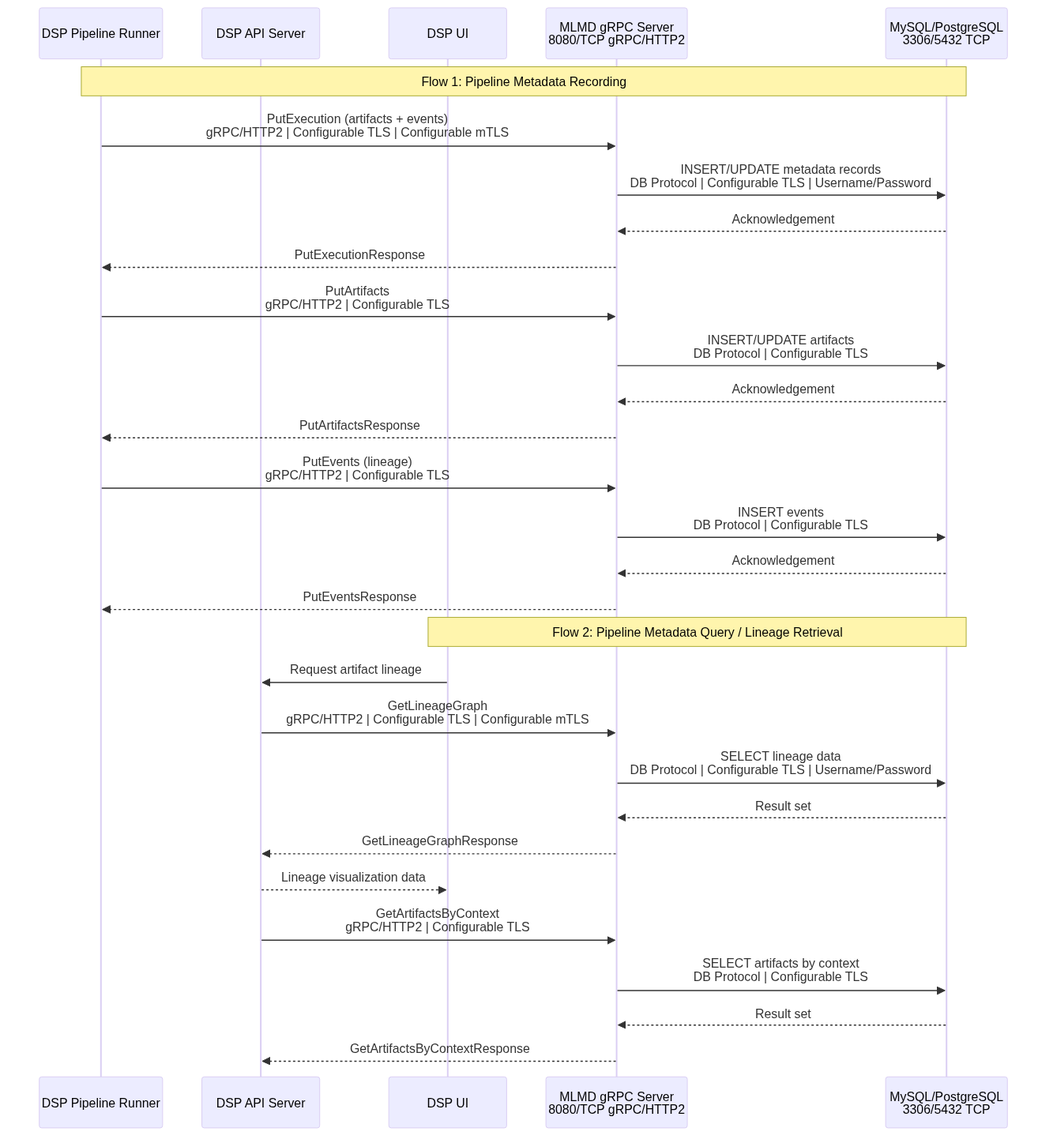
Before: architecture/rhoai-3.4-ea.2/diagrams/ml-metadata-dataflow.png, a diagram exported from Mermaid (rhuss/architecture-context). Its source is kept beside it as architecture/rhoai-3.4-ea.2/diagrams/ml-metadata-dataflow.mmd. Source of this version:
```mermaid

sequenceDiagram
    participant Runner as DSP Pipeline Runner
    participant APIServer as DSP API Server
    participant UI as DSP UI
    participant MLMD as MLMD gRPC Server<br/>8080/TCP gRPC/HTTP2
    participant DB as MySQL/PostgreSQL<br/>3306/5432 TCP

    Note over Runner, DB: Flow 1: Pipeline Metadata Recording

    Runner->>MLMD: PutExecution (artifacts + events)<br/>gRPC/HTTP2 | Configurable TLS | Configurable mTLS
    MLMD->>DB: INSERT/UPDATE metadata records<br/>DB Protocol | Configurable TLS | Username/Password
    DB-->>MLMD: Acknowledgement
    MLMD-->>Runner: PutExecutionResponse

    Runner->>MLMD: PutArtifacts<br/>gRPC/HTTP2 | Configurable TLS
    MLMD->>DB: INSERT/UPDATE artifacts<br/>DB Protocol | Configurable TLS
    DB-->>MLMD: Acknowledgement
    MLMD-->>Runner: PutArtifactsResponse

    Runner->>MLMD: PutEvents (lineage)<br/>gRPC/HTTP2 | Configurable TLS
    MLMD->>DB: INSERT events<br/>DB Protocol | Configurable TLS
    DB-->>MLMD: Acknowledgement
    MLMD-->>Runner: PutEventsResponse

    Note over UI, DB: Flow 2: Pipeline Metadata Query / Lineage Retrieval

    UI->>APIServer: Request artifact lineage
    APIServer->>MLMD: GetLineageGraph<br/>gRPC/HTTP2 | Configurable TLS | Configurable mTLS
    MLMD->>DB: SELECT lineage data<br/>DB Protocol | Configurable TLS | Username/Password
    DB-->>MLMD: Result set
    MLMD-->>APIServer: GetLineageGraphResponse
    APIServer-->>UI: Lineage visualization data

    APIServer->>MLMD: GetArtifactsByContext<br/>gRPC/HTTP2 | Configurable TLS
    MLMD->>DB: SELECT artifacts by context<br/>DB Protocol | Configurable TLS
    DB-->>MLMD: Result set
    MLMD-->>APIServer: GetArtifactsByContextResponse
```
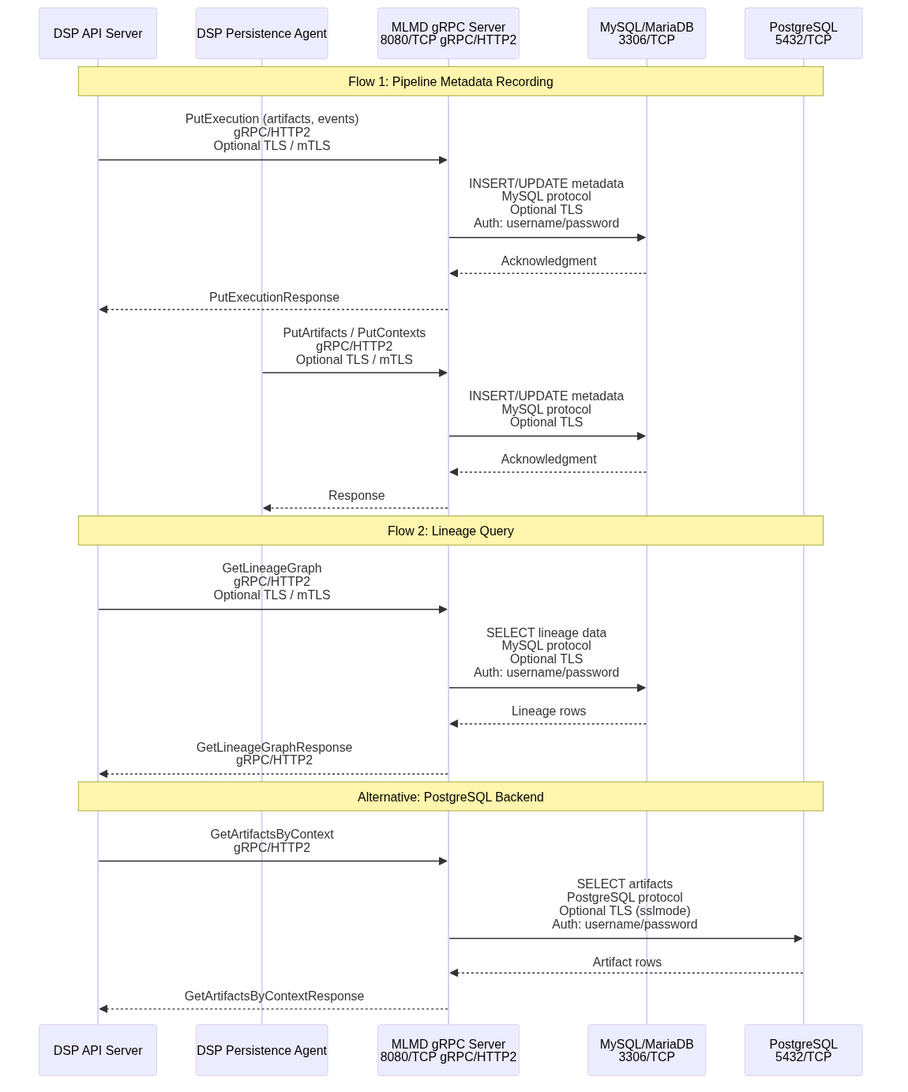
After the change.

What changed in the source:
```diff
@@ -1,38 +1,33 @@
 
 sequenceDiagram
-    participant Runner as DSP Pipeline Runner
-    participant APIServer as DSP API Server
-    participant UI as DSP UI
+    participant DSPApi as DSP API Server
+    participant DSPAgent as DSP Persistence Agent
     participant MLMD as MLMD gRPC Server<br/>8080/TCP gRPC/HTTP2
-    participant DB as MySQL/PostgreSQL<br/>3306/5432 TCP
+    participant MySQL as MySQL/MariaDB<br/>3306/TCP
+    participant PG as PostgreSQL<br/>5432/TCP
 
-    Note over Runner, DB: Flow 1: Pipeline Metadata Recording
+    Note over DSPApi, PG: Flow 1: Pipeline Metadata Recording
 
-    Runner->>MLMD: PutExecution (artifacts + events)<br/>gRPC/HTTP2 | Configurable TLS | Configurable mTLS
-    MLMD->>DB: INSERT/UPDATE metadata records<br/>DB Protocol | Configurable TLS | Username/Password
-    DB-->>MLMD: Acknowledgement
-    MLMD-->>Runner: PutExecutionResponse
+    DSPApi->>MLMD: PutExecution (artifacts, events)<br/>gRPC/HTTP2<br/>Optional TLS / mTLS
+    MLMD->>MySQL: INSERT/UPDATE metadata<br/>MySQL protocol<br/>Optional TLS<br/>Auth: username/password
+    MySQL-->>MLMD: Acknowledgment
+    MLMD-->>DSPApi: PutExecutionResponse
 
-    Runner->>MLMD: PutArtifacts<br/>gRPC/HTTP2 | Configurable TLS
-    MLMD->>DB: INSERT/UPDATE artifacts<br/>DB Protocol | Configurable TLS
-    DB-->>MLMD: Acknowledgement
-    MLMD-->>Runner: PutArtifactsResponse
+    DSPAgent->>MLMD: PutArtifacts / PutContexts<br/>gRPC/HTTP2<br/>Optional TLS / mTLS
+    MLMD->>MySQL: INSERT/UPDATE metadata<br/>MySQL protocol<br/>Optional TLS
+    MySQL-->>MLMD: Acknowledgment
+    MLMD-->>DSPAgent: Response
 
-    Runner->>MLMD: PutEvents (lineage)<br/>gRPC/HTTP2 | Configurable TLS
-    MLMD->>DB: INSERT events<br/>DB Protocol | Configurable TLS
-    DB-->>MLMD: Acknowledgement
-    MLMD-->>Runner: PutEventsResponse
+    Note over DSPApi, PG: Flow 2: Lineage Query
 
-    Note over UI, DB: Flow 2: Pipeline Metadata Query / Lineage Retrieval
+    DSPApi->>MLMD: GetLineageGraph<br/>gRPC/HTTP2<br/>Optional TLS / mTLS
+    MLMD->>MySQL: SELECT lineage data<br/>MySQL protocol<br/>Optional TLS<br/>Auth: username/password
+    MySQL-->>MLMD: Lineage rows
+    MLMD-->>DSPApi: GetLineageGraphResponse<br/>gRPC/HTTP2
 
-    UI->>APIServer: Request artifact lineage
-    APIServer->>MLMD: GetLineageGraph<br/>gRPC/HTTP2 | Configurable TLS | Configurable mTLS
-    MLMD->>DB: SELECT lineage data<br/>DB Protocol | Configurable TLS | Username/Password
-    DB-->>MLMD: Result set
-    MLMD-->>APIServer: GetLineageGraphResponse
-    APIServer-->>UI: Lineage visualization data
+    Note over DSPApi, PG: Alternative: PostgreSQL Backend
 
-    APIServer->>MLMD: GetArtifactsByContext<br/>gRPC/HTTP2 | Configurable TLS
-    MLMD->>DB: SELECT artifacts by context<br/>DB Protocol | Configurable TLS
-    DB-->>MLMD: Result set
-    MLMD-->>APIServer: GetArtifactsByContextResponse
+    DSPApi->>MLMD: GetArtifactsByContext<br/>gRPC/HTTP2
+    MLMD->>PG: SELECT artifacts<br/>PostgreSQL protocol<br/>Optional TLS (sslmode)<br/>Auth: username/password
+    PG-->>MLMD: Artifact rows
+    MLMD-->>DSPApi: GetArtifactsByContextResponse
```
